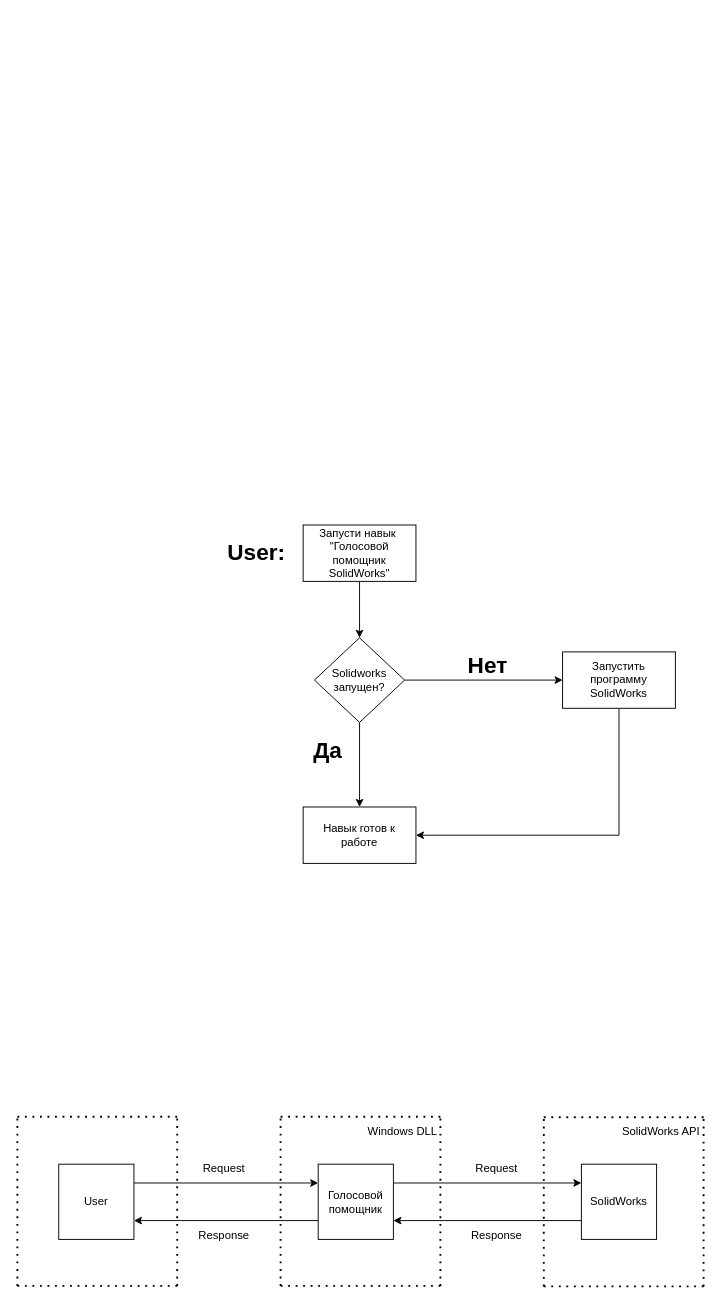
The draw.io diagram VoiceSolid.drawio in antonza-dev/VoiceSolidWorks, before the edit. Source tidied: cells renumbered, new cells numbered last; positions are measured from the earlier drawing's top-left corner, leaving out a move shared by most shapes. Both pictures are drawn from the tidied source at 94%, with x=0, y=0 at pixel (17, 525).
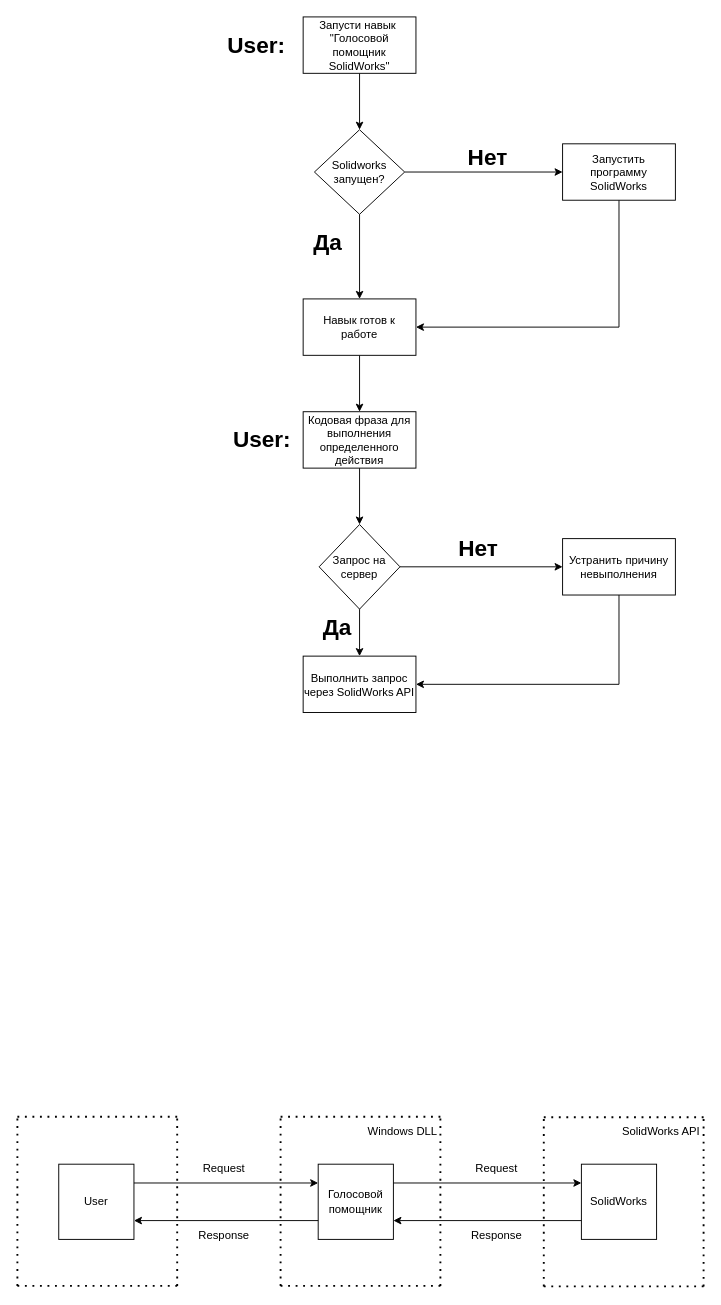
Above is the later version.

Diff of the diagram source:
```diff
@@
     <mxCell id="3" value="Запусти навык&amp;nbsp; &quot;Голосовой помощник SolidWorks&quot;" style="rounded=0;whiteSpace=wrap;html=1;" parent="1" vertex="1">
-      <mxGeometry x="304" width="120" height="60" as="geometry" />
+      <mxGeometry x="304" y="-540.5" width="120" height="60" as="geometry" />
     </mxCell>
     <mxCell id="4" value="User:" style="text;strokeColor=none;fillColor=none;html=1;fontSize=24;fontStyle=1;verticalAlign=middle;align=center;" parent="1" vertex="1">
-      <mxGeometry x="204" y="10" width="100" height="40" as="geometry" />
+      <mxGeometry x="204" y="-530.5" width="100" height="40" as="geometry" />
     </mxCell>
@@
     <mxCell id="7" value="Solidworks&lt;br&gt;запущен?" style="rhombus;whiteSpace=wrap;html=1;" parent="1" vertex="1">
-      <mxGeometry x="316" y="120" width="96" height="90" as="geometry" />
+      <mxGeometry x="316" y="-420.5" width="96" height="90" as="geometry" />
     </mxCell>
+    <mxCell id="38" style="edgeStyle=orthogonalEdgeStyle;rounded=0;jettySize=auto;html=1;" parent="1" edge="1" source="8" target="40">
+      <mxGeometry relative="1" as="geometry" />
+    </mxCell>
     <mxCell id="8" value="Навык готов к работе" style="whiteSpace=wrap;html=1;" parent="1" vertex="1">
-      <mxGeometry x="304" y="300" width="120" height="60" as="geometry" />
+      <mxGeometry x="304" y="-240.5" width="120" height="60" as="geometry" />
     </mxCell>
     <mxCell id="9" style="edgeStyle=orthogonalEdgeStyle;rounded=0;jettySize=auto;html=1;entryX=1;entryY=0.5;entryDx=0;entryDy=0;" parent="1" edge="1" source="10" target="8">
       <mxGeometry relative="1" as="geometry">
         <Array as="points">
-          <mxPoint x="640" y="330" />
+          <mxPoint x="640" y="-210.5" />
         </Array>
       </mxGeometry>
     </mxCell>
     <mxCell id="10" value="Запустить программу SolidWorks" style="whiteSpace=wrap;html=1;" parent="1" vertex="1">
-      <mxGeometry x="580" y="135" width="120" height="60" as="geometry" />
+      <mxGeometry x="580" y="-405.5" width="120" height="60" as="geometry" />
     </mxCell>
     <mxCell id="11" value="Да" style="text;strokeColor=none;fillColor=none;html=1;fontSize=24;fontStyle=1;verticalAlign=middle;align=center;" parent="1" vertex="1">
-      <mxGeometry x="280" y="220" width="100" height="40" as="geometry" />
+      <mxGeometry x="280" y="-320.5" width="100" height="40" as="geometry" />
     </mxCell>
     <mxCell id="12" value="Нет" style="text;strokeColor=none;fillColor=none;html=1;fontSize=24;fontStyle=1;verticalAlign=middle;align=center;" parent="1" vertex="1">
-      <mxGeometry x="450" y="130" width="100" height="40" as="geometry" />
+      <mxGeometry x="450" y="-410.5" width="100" height="40" as="geometry" />
     </mxCell>
@@
+    <mxCell id="39" style="edgeStyle=orthogonalEdgeStyle;rounded=0;jettySize=auto;html=1;" parent="1" edge="1" source="40" target="44">
+      <mxGeometry relative="1" as="geometry" />
+    </mxCell>
+    <mxCell id="40" value="Кодовая фраза для выполнения определенного действия" style="whiteSpace=wrap;html=1;" parent="1" vertex="1">
+      <mxGeometry x="304" y="-120.5" width="120" height="60" as="geometry" />
+    </mxCell>
+    <mxCell id="41" value="User:" style="text;strokeColor=none;fillColor=none;html=1;fontSize=24;fontStyle=1;verticalAlign=middle;align=center;" parent="1" vertex="1">
+      <mxGeometry x="210" y="-110.5" width="100" height="40" as="geometry" />
+    </mxCell>
+    <mxCell id="42" style="edgeStyle=orthogonalEdgeStyle;rounded=0;jettySize=auto;html=1;entryX=0;entryY=0.5;entryDx=0;entryDy=0;" parent="1" edge="1" source="44" target="46">
+      <mxGeometry relative="1" as="geometry" />
+    </mxCell>
+    <mxCell id="43" style="edgeStyle=orthogonalEdgeStyle;rounded=0;jettySize=auto;html=1;" parent="1" edge="1" source="44" target="47">
+      <mxGeometry relative="1" as="geometry" />
+    </mxCell>
+    <mxCell id="44" value="Запрос на сервер" style="rhombus;whiteSpace=wrap;html=1;" parent="1" vertex="1">
+      <mxGeometry x="321" y="-0.5" width="86" height="90" as="geometry" />
+    </mxCell>
+    <mxCell id="45" style="edgeStyle=orthogonalEdgeStyle;rounded=0;jettySize=auto;html=1;entryX=1;entryY=0.5;entryDx=0;entryDy=0;" parent="1" edge="1" source="46" target="47">
+      <mxGeometry relative="1" as="geometry">
+        <Array as="points">
+          <mxPoint x="640" y="169.5" />
+        </Array>
+      </mxGeometry>
+    </mxCell>
+    <mxCell id="46" value="Устранить причину невыполнения" style="whiteSpace=wrap;html=1;" parent="1" vertex="1">
+      <mxGeometry x="580" y="14.5" width="120" height="60" as="geometry" />
+    </mxCell>
+    <mxCell id="47" value="Выполнить запрос через SolidWorks API&lt;br&gt;" style="whiteSpace=wrap;html=1;" parent="1" vertex="1">
+      <mxGeometry x="304" y="139.5" width="120" height="60" as="geometry" />
+    </mxCell>
+    <mxCell id="48" value="Нет" style="text;strokeColor=none;fillColor=none;html=1;fontSize=24;fontStyle=1;verticalAlign=middle;align=center;" parent="1" vertex="1">
+      <mxGeometry x="440" y="4.5" width="100" height="40" as="geometry" />
+    </mxCell>
+    <mxCell id="49" value="Да" style="text;strokeColor=none;fillColor=none;html=1;fontSize=24;fontStyle=1;verticalAlign=middle;align=center;" parent="1" vertex="1">
+      <mxGeometry x="290" y="89.5" width="100" height="40" as="geometry" />
+    </mxCell>
```
